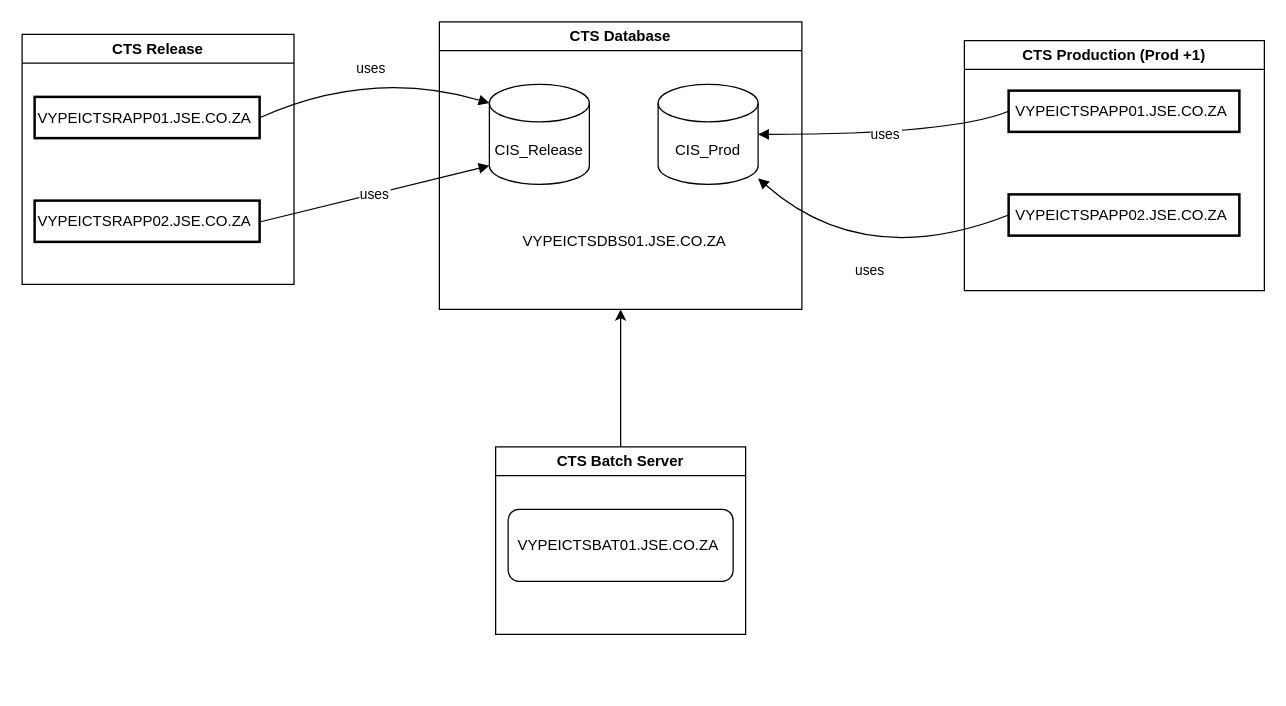
Above: Untitled Diagram.drawio in ByMadiba/Sandbox (draw.io), before the change. Source tidied: cells renumbered, new cells numbered last; positions are measured from the earlier drawing's top-left corner, leaving out a move shared by most shapes. Both pictures are drawn from the tidied source at 125%, with x=0, y=0 at pixel (21, 21).
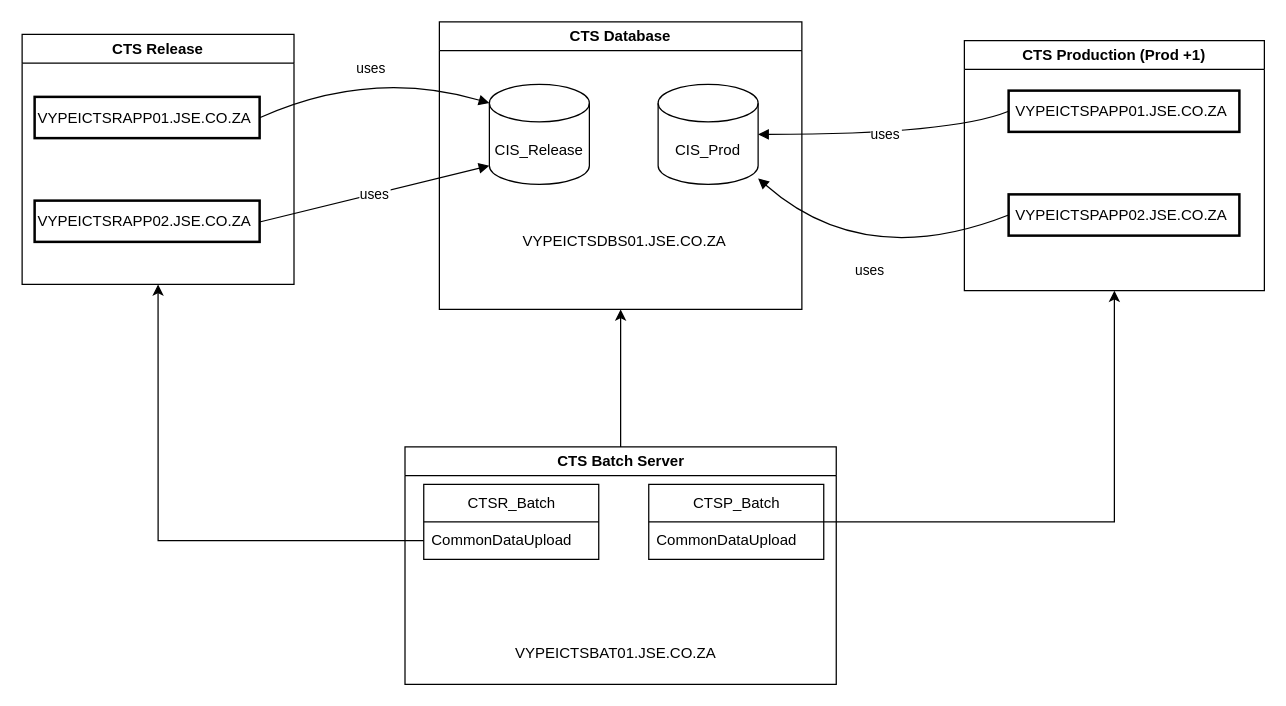
After the change.

The change refers to these unchanged cells:
```xml
<mxCell id="11" value="CTS Release" style="swimlane;whiteSpace=wrap;html=1;" parent="1" vertex="1">
  <mxGeometry x="0.2" y="10" width="217.5" height="200" as="geometry" />
</mxCell>
<mxCell id="15" value="CTS Production (Prod +1)" style="swimlane;whiteSpace=wrap;html=1;" parent="1" vertex="1">
  <mxGeometry x="754" y="15" width="240" height="200" as="geometry" />
</mxCell>
```

Change to the diagram source:
```diff
@@
     <mxCell id="19" value="CTS Batch Server" style="swimlane;whiteSpace=wrap;html=1;" parent="1" vertex="1">
-      <mxGeometry x="379" y="340" width="200" height="150" as="geometry" />
+      <mxGeometry x="306.5" y="340" width="345" height="190" as="geometry" />
     </mxCell>
+    <mxCell id="21" value="CTSR_Batch" style="swimlane;fontStyle=0;horizontal=1;startSize=30;whiteSpace=wrap;html=1;" parent="19" vertex="1">
+      <mxGeometry x="15" y="30" width="140" height="60" as="geometry" />
+    </mxCell>
+    <mxCell id="22" value="CommonDataUpload" style="text;strokeColor=none;fillColor=none;align=left;verticalAlign=middle;spacingLeft=4;spacingRight=4;overflow=hidden;points=[[0,0.5],[1,0.5]];portConstraint=eastwest;whiteSpace=wrap;html=1;" parent="21" vertex="1">
+      <mxGeometry y="30" width="140" height="30" as="geometry" />
+    </mxCell>
-    <mxCell id="20" value="VYPEICTSBAT01.JSE.CO.ZA&amp;nbsp;" style="rounded=1;whiteSpace=wrap;html=1;" parent="19" vertex="1">
-      <mxGeometry x="10" y="50" width="180" height="57.5" as="geometry" />
+    <mxCell id="20" value="VYPEICTSBAT01.JSE.CO.ZA&amp;nbsp;" style="text;html=1;strokeColor=none;fillColor=none;align=center;verticalAlign=middle;whiteSpace=wrap;rounded=0;" parent="19" vertex="1">
+      <mxGeometry x="85" y="150" width="170" height="30" as="geometry" />
     </mxCell>
+    <mxCell id="23" value="CTSP_Batch" style="swimlane;fontStyle=0;horizontal=1;startSize=30;whiteSpace=wrap;html=1;" parent="19" vertex="1">
+      <mxGeometry x="195" y="30" width="140" height="60" as="geometry" />
+    </mxCell>
+    <mxCell id="24" value="CommonDataUpload" style="text;strokeColor=none;fillColor=none;align=left;verticalAlign=middle;spacingLeft=4;spacingRight=4;overflow=hidden;whiteSpace=wrap;html=1;" parent="23" vertex="1">
+      <mxGeometry y="30" width="140" height="30" as="geometry" />
+    </mxCell>
+    <mxCell id="25" style="edgeStyle=orthogonalEdgeStyle;rounded=0;jettySize=auto;html=1;entryX=0.5;entryY=1;entryDx=0;entryDy=0;" parent="1" edge="1" source="23" target="15">
+      <mxGeometry relative="1" as="geometry" />
+    </mxCell>
+    <mxCell id="26" style="edgeStyle=orthogonalEdgeStyle;rounded=0;jettySize=auto;html=1;entryX=0.5;entryY=1;entryDx=0;entryDy=0;" parent="1" edge="1" source="22" target="11">
+      <mxGeometry relative="1" as="geometry" />
+    </mxCell>
```
